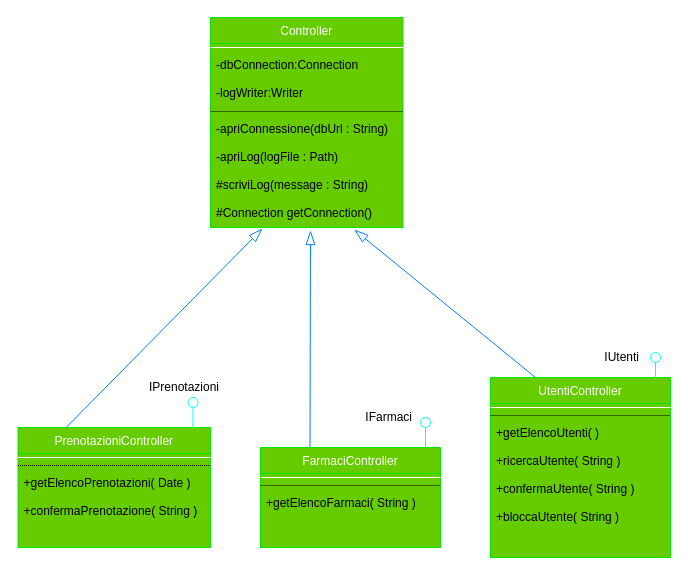
Above: page "ControllerFarmacia" (3 of 3) of drawio/Progettazione/DettaglioFarmacia.drawio in lnwor/farmabyte-doc (draw.io), before the change. Source tidied: cells renumbered, new cells numbered last; positions are measured from the earlier drawing's top-left corner, leaving out a move shared by most shapes. Both pictures are drawn from the tidied source at 100%, with x=0, y=0 at pixel (18, 17).
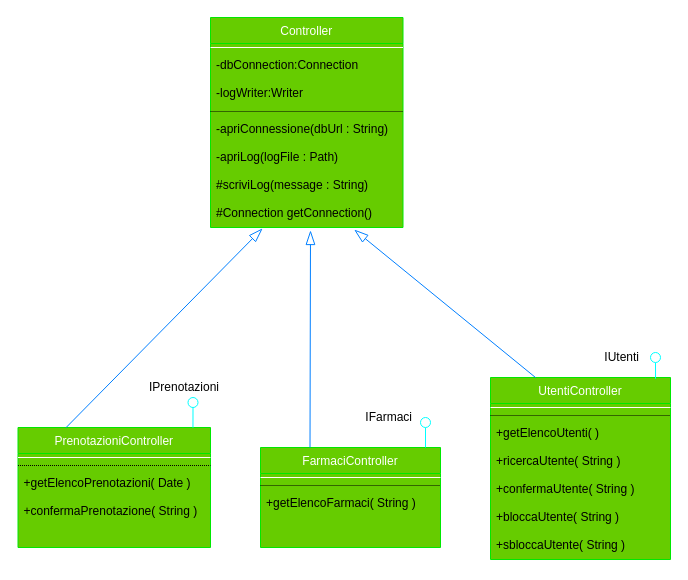
The same diagram, later.

What changed in the source:
```diff
@@
     <mxCell id="28" value="UtentiController" style="swimlane;fontStyle=0;align=center;verticalAlign=top;horizontal=1;startSize=26;rounded=0;shadow=0;strokeWidth=1;fontColor=#ffffff;swimlaneFillColor=#66CC00;strokeColor=#00E800;fillColor=#66CC00;" parent="1" vertex="1">
-      <mxGeometry x="472" y="360" width="180" height="180" as="geometry" />
+      <mxGeometry x="472" y="360" width="180" height="182" as="geometry" />
     </mxCell>
@@
+    <mxCell id="39" value="+sbloccaUtente( String )" style="text;align=left;verticalAlign=top;spacingLeft=4;spacingRight=4;overflow=hidden;" parent="28" vertex="1">
+      <mxGeometry y="154" width="180" height="28" as="geometry" />
+    </mxCell>
```
